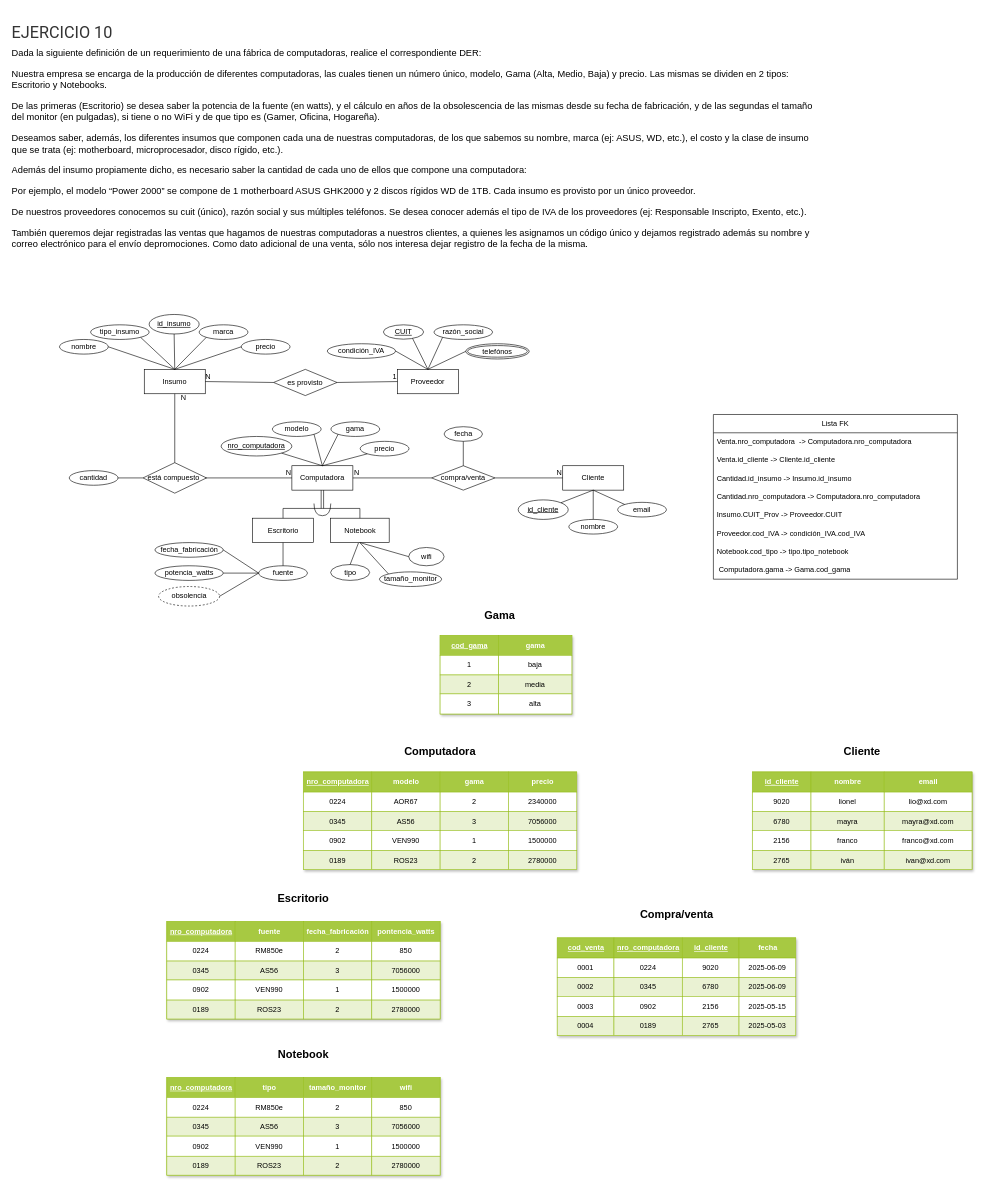
Above: Diagramas Relación-Entidad Extendido/ejercicio 10 modelo parcial.drawio in Kevchuuu/Base-de-datos- (draw.io), before the change. Source tidied: cells renumbered, new cells numbered last; positions are measured from the earlier drawing's top-left corner, leaving out a move shared by most shapes. Both pictures are drawn from the tidied source at 61%, with x=0, y=0 at pixel (10, 10).
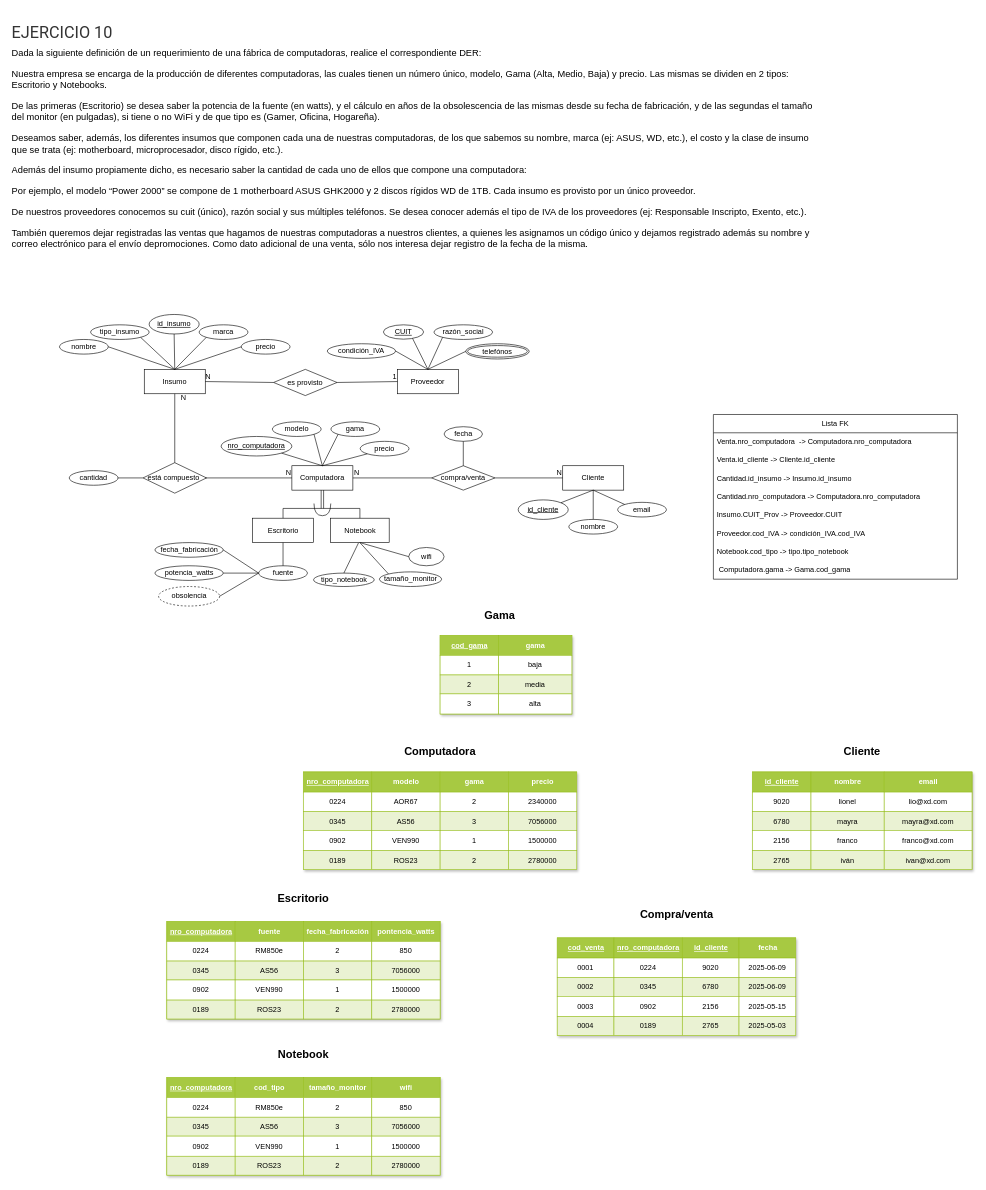
The same page after the edit.

Unchanged cells that the change refers to:
```xml
<mxCell id="206" style="shape=tableRow;horizontal=0;startSize=0;swimlaneHead=0;swimlaneBody=0;top=0;left=0;bottom=0;right=0;fontStyle=0;strokeColor=inherit;fillColor=#ffffff;" parent="205" vertex="1">
  <mxGeometry width="448" height="33" as="geometry" />
</mxCell>
```

The edit, as a diff of the source:
```diff
@@
-    <mxCell id="15" value="tipo" style="ellipse;whiteSpace=wrap;html=1;align=center;" parent="1" vertex="1">
-      <mxGeometry x="524.5" y="908" width="64" height="26" as="geometry" />
+    <mxCell id="15" value="tipo_notebook" style="ellipse;whiteSpace=wrap;html=1;align=center;" parent="1" vertex="1">
+      <mxGeometry x="496.5" y="922" width="99.5" height="22" as="geometry" />
     </mxCell>
@@
-    <mxCell id="208" value="tipo" style="strokeColor=inherit;fillColor=#A7C942;align=center;fontStyle=1;fontColor=#FFFFFF;html=1;" parent="206" vertex="1">
+    <mxCell id="208" value="cod_tipo" style="strokeColor=inherit;fillColor=#A7C942;align=center;fontStyle=1;fontColor=#FFFFFF;html=1;" parent="206" vertex="1">
       <mxGeometry x="112" width="112" height="33" as="geometry" />
     </mxCell>
```
